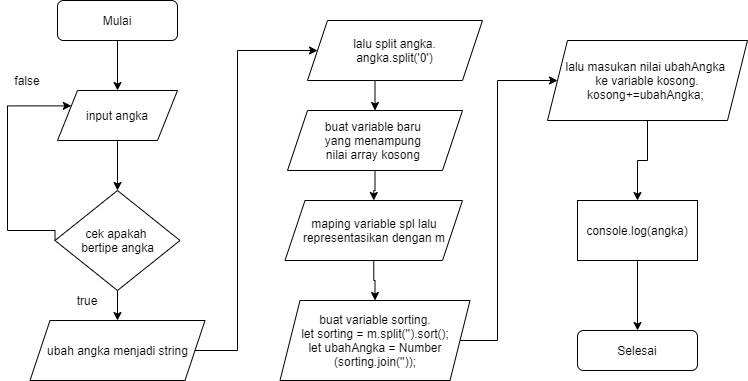
Before: implement_Program/divide and Sort FlowChart.png, a diagram exported from draw.io (dicky08/Tugas-Implement-Program). Source tidied: cells renumbered, new cells last; positions are measured from the earlier drawing's top-left corner, leaving out a move shared by most shapes.
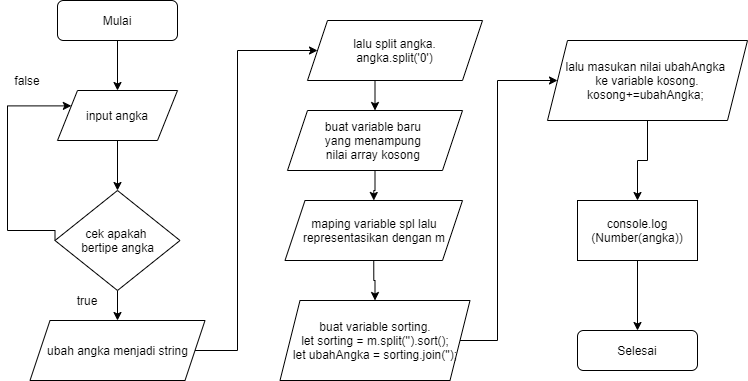
The same diagram one commit later.

Change to the diagram source:
```diff
@@ -69,7 +69,7 @@
         </Array>
       </mxGeometry>
     </mxCell>
-    <mxCell id="19" value="buat variable sorting.&lt;br&gt;let sorting = m.split('').sort();&lt;br&gt;let ubahAngka = Number&lt;br&gt;(sorting.join(''));" style="shape=parallelogram;perimeter=parallelogramPerimeter;whiteSpace=wrap;html=1;fixedSize=1;" parent="1" vertex="1">
+    <mxCell id="19" value="buat variable sorting.&lt;br&gt;let sorting = m.split('').sort();&lt;br&gt;let ubahAngka =&amp;nbsp;sorting.join('');" style="shape=parallelogram;perimeter=parallelogramPerimeter;whiteSpace=wrap;html=1;fixedSize=1;" parent="1" vertex="1">
       <mxGeometry x="272.5" y="300" width="190" height="80" as="geometry" />
     </mxCell>
     <mxCell id="20" style="edgeStyle=orthogonalEdgeStyle;rounded=0;jettySize=auto;html=1;exitX=0.5;exitY=1;exitDx=0;exitDy=0;entryX=0.5;entryY=0;entryDx=0;entryDy=0;" parent="1" edge="1" source="21" target="25">
@@ -87,7 +87,7 @@
     <mxCell id="24" style="edgeStyle=orthogonalEdgeStyle;rounded=0;jettySize=auto;html=1;exitX=0.5;exitY=1;exitDx=0;exitDy=0;entryX=0.5;entryY=0;entryDx=0;entryDy=0;" parent="1" edge="1" source="25" target="4">
       <mxGeometry relative="1" as="geometry" />
     </mxCell>
-    <mxCell id="25" value="console.log(angka)" style="rounded=0;whiteSpace=wrap;html=1;" parent="1" vertex="1">
+    <mxCell id="25" value="console.log&lt;br&gt;(Number(angka))" style="rounded=0;whiteSpace=wrap;html=1;" parent="1" vertex="1">
       <mxGeometry x="570" y="200" width="120" height="60" as="geometry" />
     </mxCell>
   </root>
```
